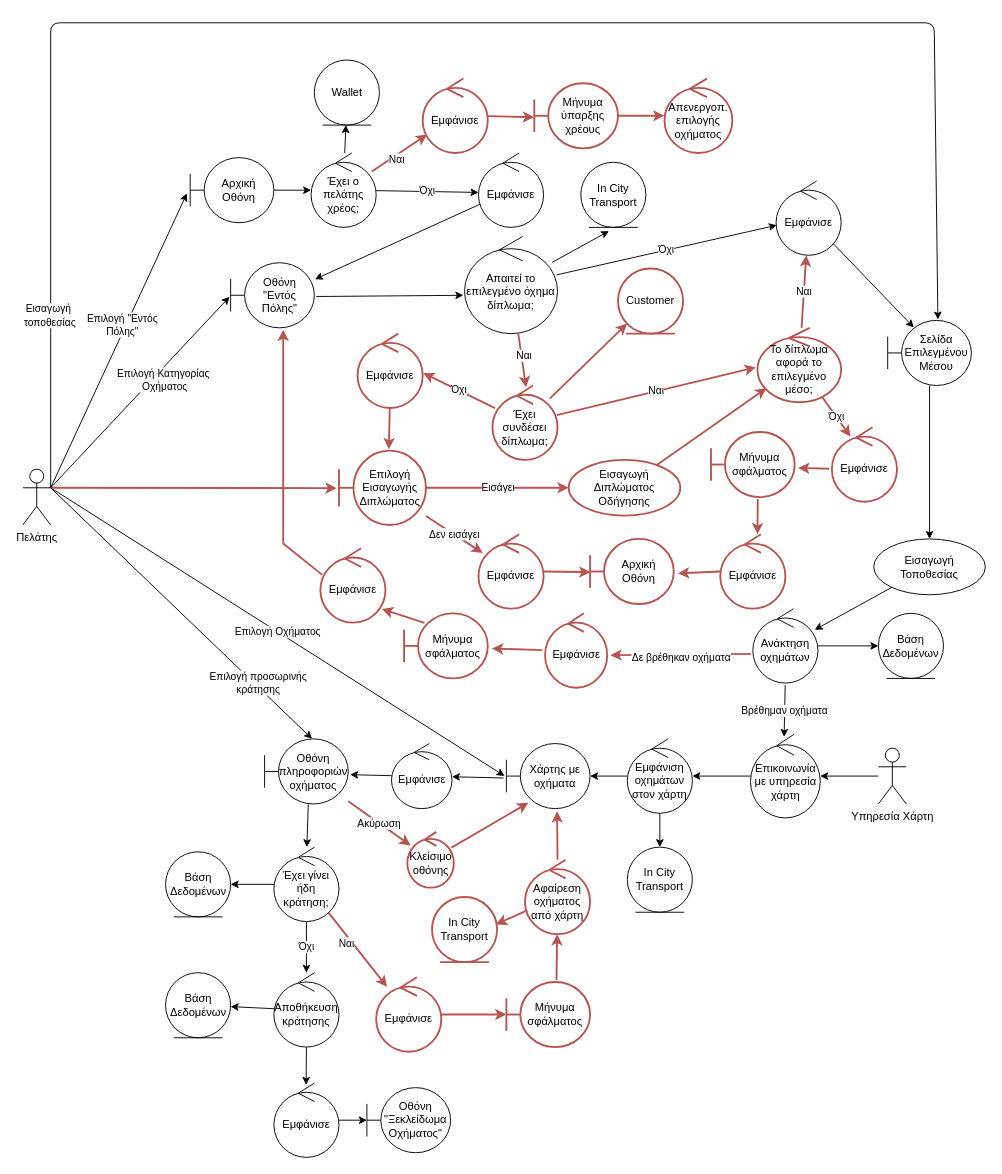
Earlier version of the draw.io diagram Part_2/Robustness/diagrams/01_Επιλογή_Μέσου_Μετακίνησης.drawio (Nikolis2002/texnoligia_logismikou). Source tidied: cells renumbered, new cells numbered last; positions are measured from the earlier drawing's top-left corner, leaving out a move shared by most shapes. Both pictures are drawn from the tidied source at 93%, with x=0, y=0 at pixel (22, 22).
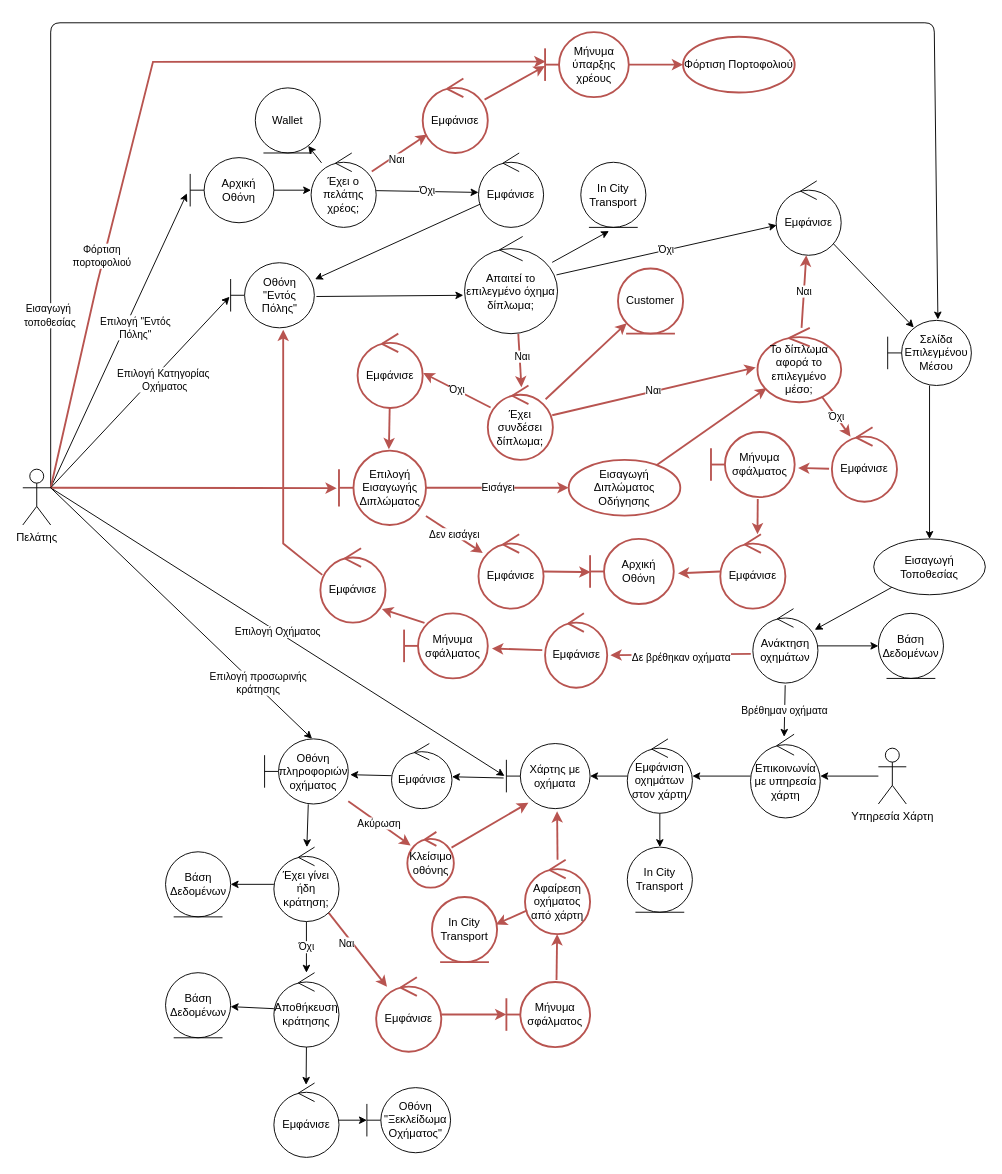
Above is the later version.

Unchanged cells that the change refers to:
```xml
<mxCell id="4" style="rounded=0;jettySize=auto;html=1;exitX=1;exitY=0.3333333333333333;exitDx=0;exitDy=0;exitPerimeter=0;entryX=-0.039;entryY=0.549;entryDx=0;entryDy=0;entryPerimeter=0;" parent="1" edge="1" source="10" target="12">
  <mxGeometry relative="1" as="geometry" />
</mxCell>
<mxCell id="10" value="Πελάτης" style="shape=umlActor;verticalLabelPosition=bottom;verticalAlign=top;html=1;" parent="1" vertex="1">
  <mxGeometry y="480" width="30" height="60" as="geometry" />
</mxCell>
```

Change to the diagram source:
```diff
@@
     <mxCell id="5" value="Επιλογή &quot;Εντός&lt;div&gt;Πόλης&quot;&lt;br&gt;&lt;/div&gt;" style="edgeLabel;html=1;align=center;verticalAlign=middle;" parent="4" vertex="1">
       <mxGeometry x="-0.4" relative="1" as="geometry">
-        <mxPoint x="32" y="-80" as="offset" />
+        <mxPoint x="46" y="-77" as="offset" />
       </mxGeometry>
     </mxCell>
@@
+    <mxCell id="115" style="edgeStyle=none;html=1;exitX=1;exitY=0.3333333333333333;exitDx=0;exitDy=0;exitPerimeter=0;entryX=0.005;entryY=0.453;entryDx=0;entryDy=0;entryPerimeter=0;rounded=0;strokeColor=#b85450;fillColor=#f8cecc;strokeWidth=2;" parent="1" edge="1" source="10" target="67">
+      <mxGeometry relative="1" as="geometry">
+        <Array as="points">
+          <mxPoint x="80" y="280" />
+          <mxPoint x="140" y="42" />
+        </Array>
+      </mxGeometry>
+    </mxCell>
+    <mxCell id="116" value="Φόρτιση&lt;br&gt;πορτοφολιού" style="edgeLabel;html=1;align=center;verticalAlign=middle;" parent="115" vertex="1">
+      <mxGeometry x="-0.43" y="3" relative="1" as="geometry" />
+    </mxCell>
@@
-    <mxCell id="13" value="Απενεργοπ. επιλογής οχήματος" style="ellipse;shape=umlControl;whiteSpace=wrap;html=1;fillColor=default;strokeColor=#b85450;strokeWidth=2;" parent="1" vertex="1">
-      <mxGeometry x="690" y="60" width="73" height="80" as="geometry" />
-    </mxCell>
@@
     <mxCell id="65" value="Wallet" style="ellipse;shape=umlEntity;whiteSpace=wrap;html=1;" parent="1" vertex="1">
-      <mxGeometry x="313.5" y="40" width="70" height="70" as="geometry" />
+      <mxGeometry x="250" y="70" width="70" height="70" as="geometry" />
     </mxCell>
-    <mxCell id="66" style="edgeStyle=none;html=1;rounded=0;strokeColor=#b85450;fillColor=#f8cecc;strokeWidth=2;" parent="1" edge="1" source="67" target="13">
+    <mxCell id="66" style="edgeStyle=none;html=1;rounded=0;strokeColor=#b85450;fillColor=#f8cecc;strokeWidth=2;entryX=0;entryY=0.5;entryDx=0;entryDy=0;" parent="1" edge="1" source="67" target="117">
       <mxGeometry relative="1" as="geometry" />
     </mxCell>
     <mxCell id="67" value="Μήνυμα ύπαρξης χρέους" style="shape=umlBoundary;whiteSpace=wrap;html=1;fillColor=none;strokeColor=#b85450;strokeWidth=2;" parent="1" vertex="1">
-      <mxGeometry x="550" y="65" width="90" height="70" as="geometry" />
+      <mxGeometry x="561.6" y="10" width="90" height="70" as="geometry" />
     </mxCell>
@@
     <mxCell id="71" value="Έχει συνδέσει δίπλωμα;" style="ellipse;shape=umlControl;whiteSpace=wrap;html=1;fillColor=none;strokeColor=#b85450;strokeWidth=2;" parent="1" vertex="1">
-      <mxGeometry x="505" y="390" width="70" height="80" as="geometry" />
+      <mxGeometry x="500" y="390" width="70" height="80" as="geometry" />
     </mxCell>
@@
+    <mxCell id="117" value="Φόρτιση Πορτοφολιού" style="ellipse;whiteSpace=wrap;html=1;fillColor=none;strokeColor=#b85450;strokeWidth=2;" parent="1" vertex="1">
+      <mxGeometry x="710" y="15" width="120" height="60" as="geometry" />
+    </mxCell>
```
